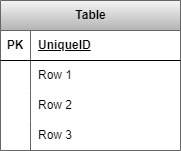
This is Database/OnlineStore/LogicalModel.png from Maks00071/SQL_scripts, a draw.io export, as it was before one commit. Source tidied: cells renumbered, new cells last; positions are measured from the earlier drawing's top-left corner, leaving out a move shared by most shapes.
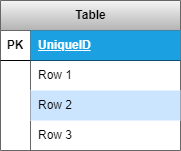
After the commit.

Commit message:
ADD Database OnlineStore LogicalModel

Change to the diagram source:
```diff
@@ -2,7 +2,7 @@
   <root>
     <mxCell id="0" />
     <mxCell id="1" parent="0" />
-    <mxCell id="2" value="Table" style="shape=table;startSize=30;rowLines=0;fontStyle=1;align=center;html=1;fillColor=#f5f5f5;gradientColor=#b3b3b3;strokeColor=#666666;" parent="1" vertex="1">
+    <mxCell id="2" value="Table" style="shape=table;startSize=30;rowLines=0;fontStyle=1;align=center;html=1;fillColor=#f5f5f5;strokeColor=#666666;gradientColor=#b3b3b3;" parent="1" vertex="1">
       <mxGeometry width="180" height="150" as="geometry" />
     </mxCell>
     <mxCell id="3" style="shape=tableRow;horizontal=0;startSize=0;swimlaneHead=0;swimlaneBody=0;fillColor=none;top=0;left=0;right=0;bottom=1;" parent="2" vertex="1">
@@ -11,7 +11,7 @@
     <mxCell id="4" value="PK" style="shape=partialRectangle;fillColor=none;top=0;left=0;bottom=0;right=0;fontStyle=1;overflow=hidden;whiteSpace=wrap;html=1;" parent="3" vertex="1">
       <mxGeometry width="30" height="30" as="geometry" />
     </mxCell>
-    <mxCell id="5" value="UniqueID" style="shape=partialRectangle;fillColor=none;top=0;left=0;bottom=0;right=0;align=left;spacingLeft=6;fontStyle=5;overflow=hidden;whiteSpace=wrap;html=1;" parent="3" vertex="1">
+    <mxCell id="5" value="UniqueID" style="shape=partialRectangle;fillColor=#1ba1e2;top=0;left=0;bottom=0;right=0;align=left;spacingLeft=6;fontStyle=5;overflow=hidden;whiteSpace=wrap;html=1;fontColor=#ffffff;strokeColor=#006EAF;" parent="3" vertex="1">
       <mxGeometry x="30" width="150" height="30" as="geometry" />
     </mxCell>
     <mxCell id="6" style="shape=tableRow;horizontal=0;startSize=0;swimlaneHead=0;swimlaneBody=0;fillColor=none;top=0;left=0;right=0;bottom=0;" parent="2" vertex="1">
@@ -29,7 +29,7 @@
     <mxCell id="10" style="shape=partialRectangle;fillColor=none;top=0;left=0;bottom=0;right=0;overflow=hidden;whiteSpace=wrap;html=1;" parent="9" vertex="1">
       <mxGeometry width="30" height="30" as="geometry" />
     </mxCell>
-    <mxCell id="11" value="Row 2" style="shape=partialRectangle;fillColor=none;top=0;left=0;bottom=0;right=0;align=left;spacingLeft=6;overflow=hidden;whiteSpace=wrap;html=1;" parent="9" vertex="1">
+    <mxCell id="11" value="Row 2" style="shape=partialRectangle;fillColor=#cce5ff;top=0;left=0;bottom=0;right=0;align=left;spacingLeft=6;overflow=hidden;whiteSpace=wrap;html=1;strokeColor=#36393d;" parent="9" vertex="1">
       <mxGeometry x="30" width="150" height="30" as="geometry" />
     </mxCell>
     <mxCell id="12" style="shape=tableRow;horizontal=0;startSize=0;swimlaneHead=0;swimlaneBody=0;fillColor=none;top=0;left=0;right=0;bottom=0;" parent="2" vertex="1">
```
